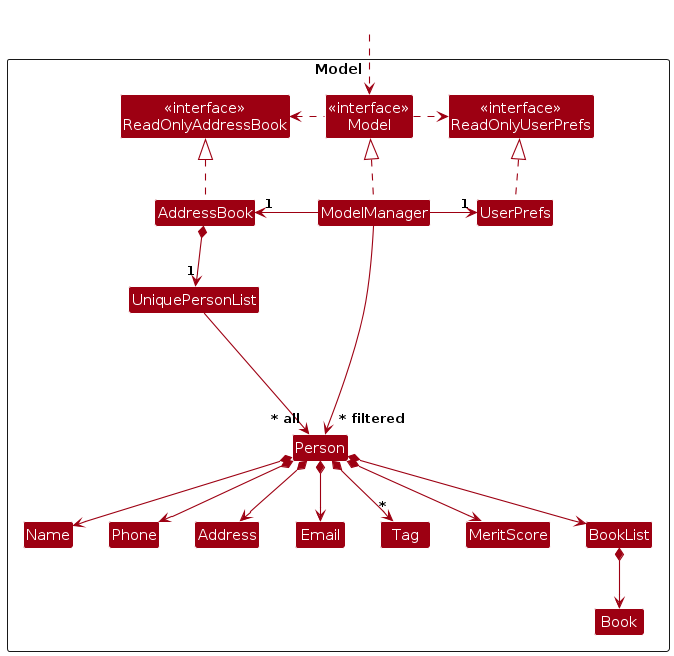
Above: diagrams/ModelClassDiagram.png in meowwtama/tp (PlantUML), before the change. Its source is kept beside it as diagrams/ModelClassDiagram.puml. Source of this version:
```plantuml
@startuml
!include style.puml
skinparam arrowThickness 1.1
skinparam arrowColor MODEL_COLOR
skinparam classBackgroundColor MODEL_COLOR

Package Model as ModelPackage <<Rectangle>>{
Class "<<interface>>\nReadOnlyAddressBook" as ReadOnlyAddressBook
Class "<<interface>>\nReadOnlyUserPrefs" as ReadOnlyUserPrefs
Class "<<interface>>\nModel" as Model
Class AddressBook
Class ModelManager
Class UserPrefs

Class UniquePersonList
Class Person
Class Address
Class Email
Class Name
Class Phone
Class Tag
Class MeritScore
Class BookList
Class Book

Class I #FFFFFF
}

Class HiddenOutside #FFFFFF
HiddenOutside ..> Model

AddressBook .up.|> ReadOnlyAddressBook

ModelManager .up.|> Model
Model .right.> ReadOnlyUserPrefs
Model .left.> ReadOnlyAddressBook
ModelManager -left-> "1" AddressBook
ModelManager -right-> "1" UserPrefs
UserPrefs .up.|> ReadOnlyUserPrefs

AddressBook *--> "1" UniquePersonList
UniquePersonList --> "~* all" Person
Person *--> Name
Person *--> Phone
Person *--> Email
Person *--> Address
Person *--> "*" Tag
Person *--> MeritScore
Person *--> BookList
BookList *--> Book


Person -[hidden]up--> I
UniquePersonList -[hidden]right-> I

Name -[hidden]right-> Phone
Phone -[hidden]right-> Address
Address -[hidden]right-> Email

ModelManager --> "~* filtered" Person
@enduml
```
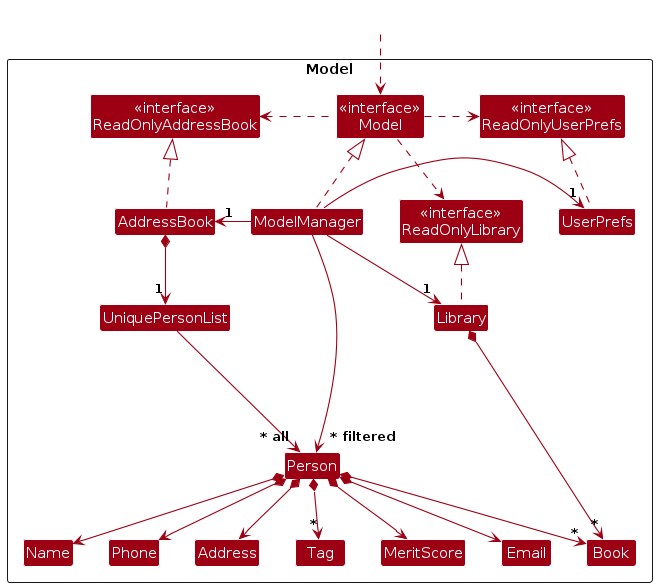
After the commit.

Change to the diagram source:
```diff
@@ -8,9 +8,11 @@
 Class "<<interface>>\nReadOnlyAddressBook" as ReadOnlyAddressBook
 Class "<<interface>>\nReadOnlyUserPrefs" as ReadOnlyUserPrefs
 Class "<<interface>>\nModel" as Model
+Class "<<interface>>\nReadOnlyLibrary" as ReadOnlyLibrary
 Class AddressBook
 Class ModelManager
 Class UserPrefs
+Class Library
 
 Class UniquePersonList
 Class Person
@@ -20,7 +22,6 @@
 Class Phone
 Class Tag
 Class MeritScore
-Class BookList
 Class Book
 
 Class I #FFFFFF
@@ -33,10 +34,15 @@
 
 ModelManager .up.|> Model
 Model .right.> ReadOnlyUserPrefs
+Model .down.> ReadOnlyLibrary
 Model .left.> ReadOnlyAddressBook
 ModelManager -left-> "1" AddressBook
 ModelManager -right-> "1" UserPrefs
+ModelManager -down-> "1" Library
+Library .up.|> ReadOnlyLibrary
 UserPrefs .up.|> ReadOnlyUserPrefs
+
+Library *--> "*" Book
 
 AddressBook *--> "1" UniquePersonList
 UniquePersonList --> "~* all" Person
@@ -46,8 +52,7 @@
 Person *--> Address
 Person *--> "*" Tag
 Person *--> MeritScore
-Person *--> BookList
-BookList *--> Book
+Person *--> "*" Book
 
 
 Person -[hidden]up--> I
```
